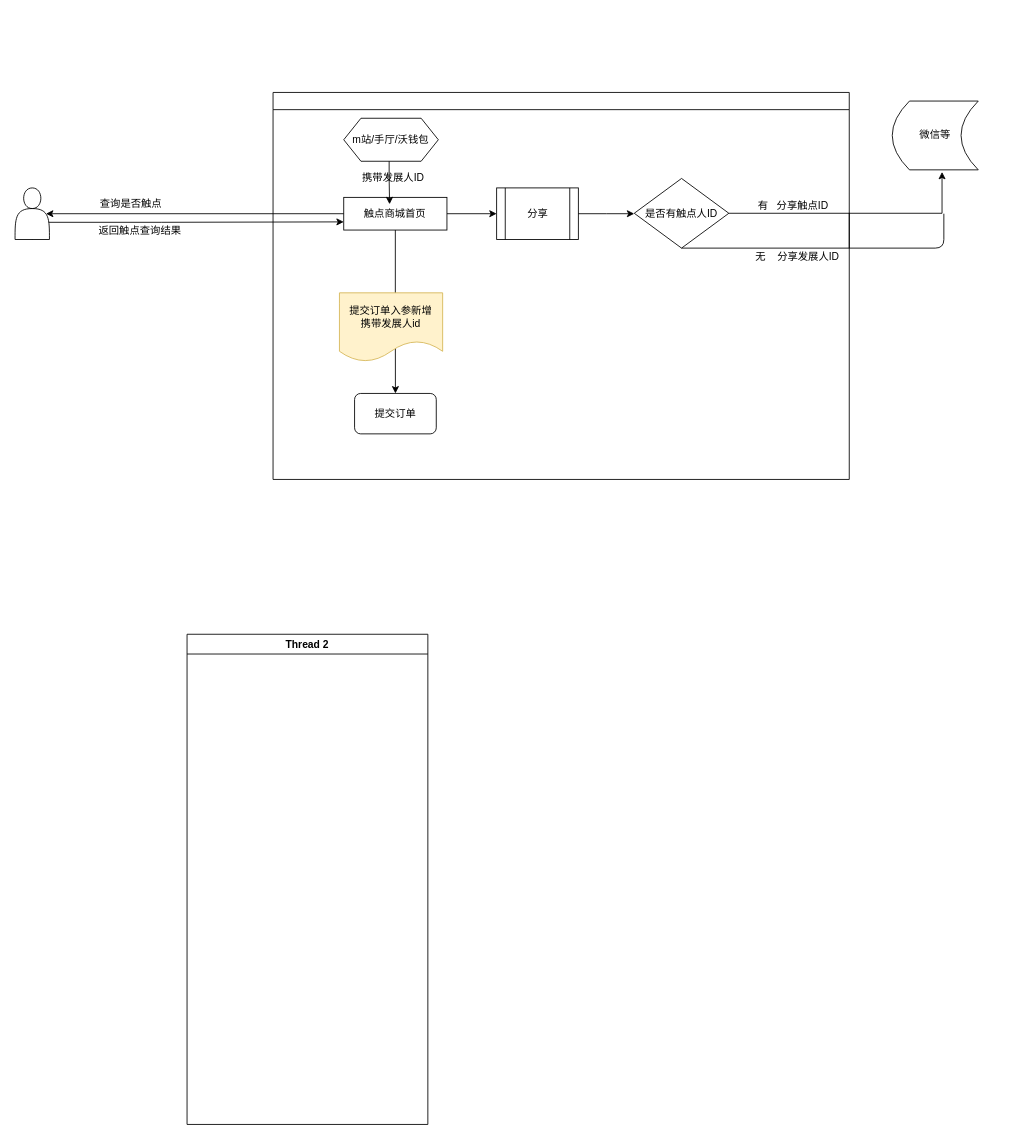
Before: Untitled Diagram.drawio in RedSea1001/Draw-a-iottery, a draw.io diagram. Source tidied: cells renumbered, new cells numbered last; positions are measured from the earlier drawing's top-left corner, leaving out a move shared by most shapes. Both pictures are drawn from the tidied source at 86%, with x=0, y=0 at pixel (15, 92).
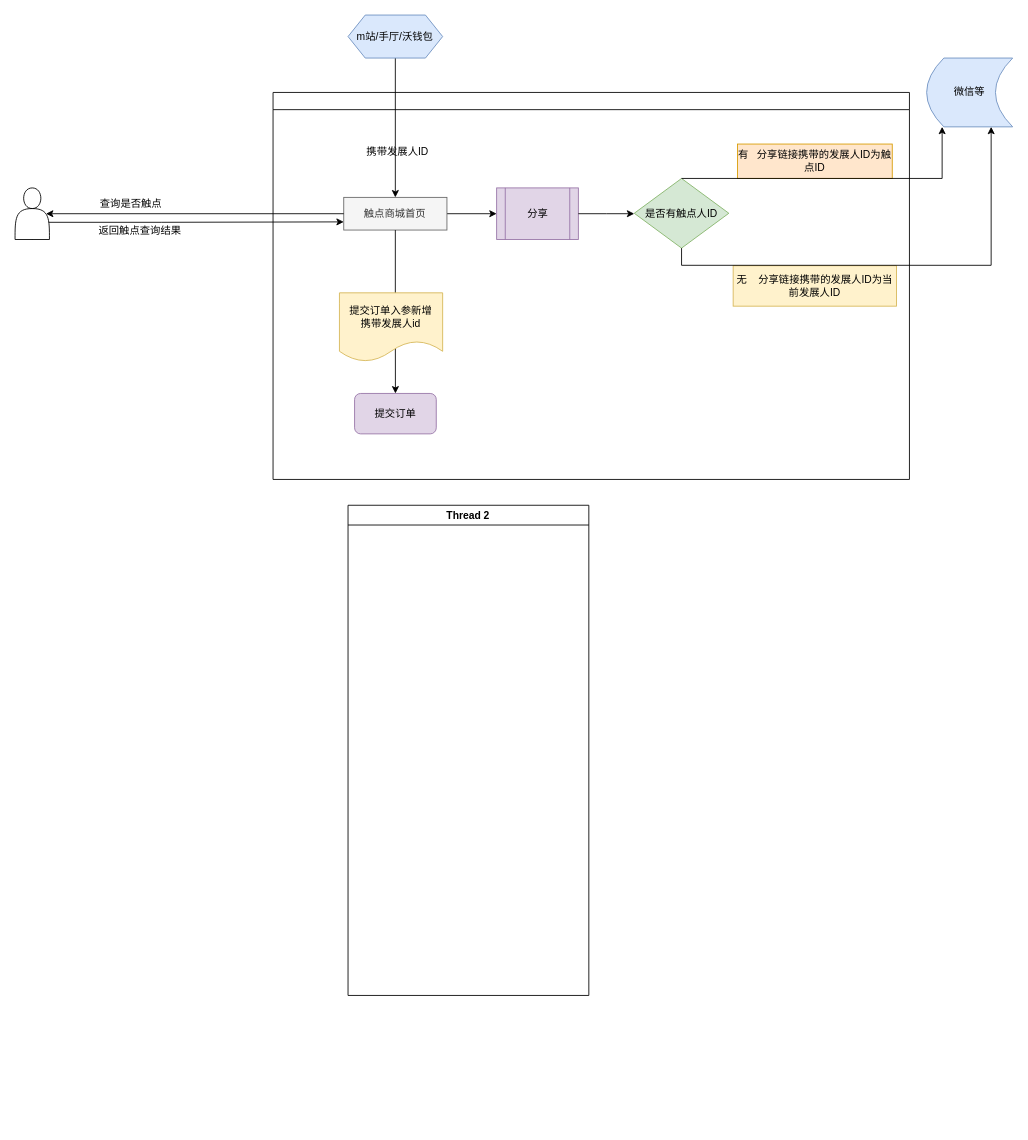
After the change.

The edit, as a diff of the source:
```diff
@@
     <mxCell id="2" style="swimlane;whiteSpace=wrap;startSize=20;" parent="1" vertex="1">
-      <mxGeometry x="300" width="670" height="450" as="geometry" />
+      <mxGeometry x="300" width="740" height="450" as="geometry" />
     </mxCell>
     <mxCell id="3" value="携带发展人ID" style="text;html=1;strokeColor=none;fillColor=none;align=center;verticalAlign=middle;whiteSpace=wrap;rounded=0;" parent="2" vertex="1">
-      <mxGeometry x="95" y="90" width="90" height="18" as="geometry" />
+      <mxGeometry x="99.8" y="60" width="90" height="18" as="geometry" />
     </mxCell>
@@
-    <mxCell id="5" value="触点商城首页" style="rounded=0;whiteSpace=wrap;html=1;" parent="2" vertex="1">
+    <mxCell id="5" value="触点商城首页" style="rounded=0;whiteSpace=wrap;html=1;fillColor=#f5f5f5;strokeColor=#666666;fontColor=#333333;" parent="2" vertex="1">
       <mxGeometry x="82.2" y="122" width="120" height="38" as="geometry" />
     </mxCell>
@@
-    <mxCell id="8" value="&lt;span&gt;m站/手厅/沃钱包&lt;/span&gt;" style="shape=hexagon;perimeter=hexagonPerimeter2;whiteSpace=wrap;html=1;fixedSize=1;" parent="2" vertex="1">
-      <mxGeometry x="82.2" y="30" width="110" height="50" as="geometry" />
-    </mxCell>
-    <mxCell id="9" style="edgeStyle=orthogonalEdgeStyle;rounded=0;orthogonalLoop=1;jettySize=auto;html=1;exitX=0.5;exitY=1;exitDx=0;exitDy=0;" parent="2" edge="1">
-      <mxGeometry relative="1" as="geometry">
-        <mxPoint x="135" y="80" as="sourcePoint" />
-        <mxPoint x="135.5" y="130" as="targetPoint" />
-        <Array as="points">
-          <mxPoint x="135" y="100" />
-          <mxPoint x="135" y="100" />
-        </Array>
-      </mxGeometry>
-    </mxCell>
-    <mxCell id="10" value="提交订单" style="rounded=1;whiteSpace=wrap;html=1;" parent="2" vertex="1">
+    <mxCell id="10" value="提交订单" style="rounded=1;whiteSpace=wrap;html=1;fillColor=#e1d5e7;strokeColor=#9673a6;" parent="2" vertex="1">
       <mxGeometry x="94.8" y="350" width="95" height="47" as="geometry" />
     </mxCell>
-    <mxCell id="11" value="分享" style="shape=process;whiteSpace=wrap;html=1;backgroundOutline=1;" parent="2" vertex="1">
+    <mxCell id="11" value="分享" style="shape=process;whiteSpace=wrap;html=1;backgroundOutline=1;fillColor=#e1d5e7;strokeColor=#9673a6;" parent="2" vertex="1">
       <mxGeometry x="260" y="111" width="95" height="60" as="geometry" />
     </mxCell>
@@
-    <mxCell id="14" value="是否有触点人ID" style="rhombus;whiteSpace=wrap;html=1;" parent="2" vertex="1">
+    <mxCell id="14" value="是否有触点人ID" style="rhombus;whiteSpace=wrap;html=1;fillColor=#d5e8d4;strokeColor=#82b366;" parent="2" vertex="1">
       <mxGeometry x="420" y="100" width="110" height="81" as="geometry" />
     </mxCell>
-    <mxCell id="15" value="无&amp;nbsp; &amp;nbsp; 分享发展人ID" style="text;html=1;strokeColor=none;fillColor=none;align=center;verticalAlign=middle;whiteSpace=wrap;rounded=0;" parent="2" vertex="1">
-      <mxGeometry x="550" y="181" width="120" height="20" as="geometry" />
+    <mxCell id="15" value="无&amp;nbsp; &amp;nbsp; 分享链接携带的发展人ID为当前发展人ID" style="text;html=1;strokeColor=#d6b656;fillColor=#fff2cc;align=center;verticalAlign=middle;whiteSpace=wrap;rounded=0;" parent="2" vertex="1">
+      <mxGeometry x="535" y="201.5" width="190" height="47" as="geometry" />
     </mxCell>
+    <mxCell id="27" value="有&amp;nbsp; &amp;nbsp;分享链接携带的发展人ID为触点ID" style="text;html=1;strokeColor=#d79b00;fillColor=#ffe6cc;align=center;verticalAlign=middle;whiteSpace=wrap;rounded=0;" parent="2" vertex="1">
+      <mxGeometry x="540" y="60" width="180" height="40" as="geometry" />
+    </mxCell>
     <mxCell id="16" value="Thread 2" style="swimlane;whiteSpace=wrap;" parent="1" vertex="1">
-      <mxGeometry x="200" y="630" width="280" height="570" as="geometry" />
+      <mxGeometry x="387.2" y="480" width="280" height="570" as="geometry" />
     </mxCell>
@@
-    <mxCell id="23" value="微信等" style="shape=dataStorage;whiteSpace=wrap;html=1;fixedSize=1;" parent="1" vertex="1">
-      <mxGeometry x="1020" y="10" width="100" height="80" as="geometry" />
+    <mxCell id="23" value="微信等" style="shape=dataStorage;whiteSpace=wrap;html=1;fixedSize=1;fillColor=#dae8fc;strokeColor=#6c8ebf;" parent="1" vertex="1">
+      <mxGeometry x="1060" y="-40" width="100" height="80" as="geometry" />
     </mxCell>
-    <mxCell id="24" style="edgeStyle=orthogonalEdgeStyle;rounded=0;jettySize=auto;html=1;exitX=1;exitY=0.5;exitDx=0;exitDy=0;entryX=0.579;entryY=1.03;entryDx=0;entryDy=0;entryPerimeter=0;" parent="1" edge="1" source="14" target="23">
-      <mxGeometry relative="1" as="geometry" />
+    <mxCell id="24" style="edgeStyle=orthogonalEdgeStyle;rounded=0;jettySize=auto;html=1;exitX=0.5;exitY=0;exitDx=0;exitDy=0;" parent="1" edge="1" source="14">
+      <mxGeometry relative="1" as="geometry">
+        <mxPoint x="1078" y="40" as="targetPoint" />
+        <Array as="points">
+          <mxPoint x="1078" y="100" />
+        </Array>
+      </mxGeometry>
     </mxCell>
-    <mxCell id="25" style="endArrow=none;html=1;exitX=0.5;exitY=1;exitDx=0;exitDy=0;" parent="1" edge="1" source="14">
-      <mxGeometry relative="1" as="geometry">
-        <mxPoint x="1080" y="141" as="targetPoint" />
-        <Array as="points">
-          <mxPoint x="1080" y="181" />
-        </Array>
-      </mxGeometry>
-    </mxCell>
-    <mxCell id="26" style="endArrow=none;html=1;" parent="1" edge="1">
-      <mxGeometry relative="1" as="geometry">
-        <mxPoint x="970" y="140" as="sourcePoint" />
-        <mxPoint x="970" y="181" as="targetPoint" />
-      </mxGeometry>
-    </mxCell>
-    <mxCell id="27" value="有&amp;nbsp; &amp;nbsp;分享触点ID" style="text;html=1;strokeColor=none;fillColor=none;align=center;verticalAlign=middle;whiteSpace=wrap;rounded=0;" parent="1" vertex="1">
-      <mxGeometry x="860" y="122" width="90" height="20" as="geometry" />
-    </mxCell>
+    <mxCell id="28" style="edgeStyle=orthogonalEdgeStyle;rounded=0;jettySize=auto;html=1;exitX=0.5;exitY=1;exitDx=0;exitDy=0;entryX=0.5;entryY=0;entryDx=0;entryDy=0;" parent="1" edge="1" source="8" target="5">
+      <mxGeometry relative="1" as="geometry" />
+    </mxCell>
+    <mxCell id="8" value="&lt;span&gt;m站/手厅/沃钱包&lt;/span&gt;" style="shape=hexagon;perimeter=hexagonPerimeter2;whiteSpace=wrap;html=1;fixedSize=1;fillColor=#dae8fc;strokeColor=#6c8ebf;" parent="1" vertex="1">
+      <mxGeometry x="387.2" y="-90" width="110" height="50" as="geometry" />
+    </mxCell>
+    <mxCell id="29" style="edgeStyle=orthogonalEdgeStyle;rounded=0;jettySize=auto;html=1;exitX=0.5;exitY=1;exitDx=0;exitDy=0;entryX=0.75;entryY=1;entryDx=0;entryDy=0;" parent="1" edge="1" source="14" target="23">
+      <mxGeometry relative="1" as="geometry" />
+    </mxCell>
```
